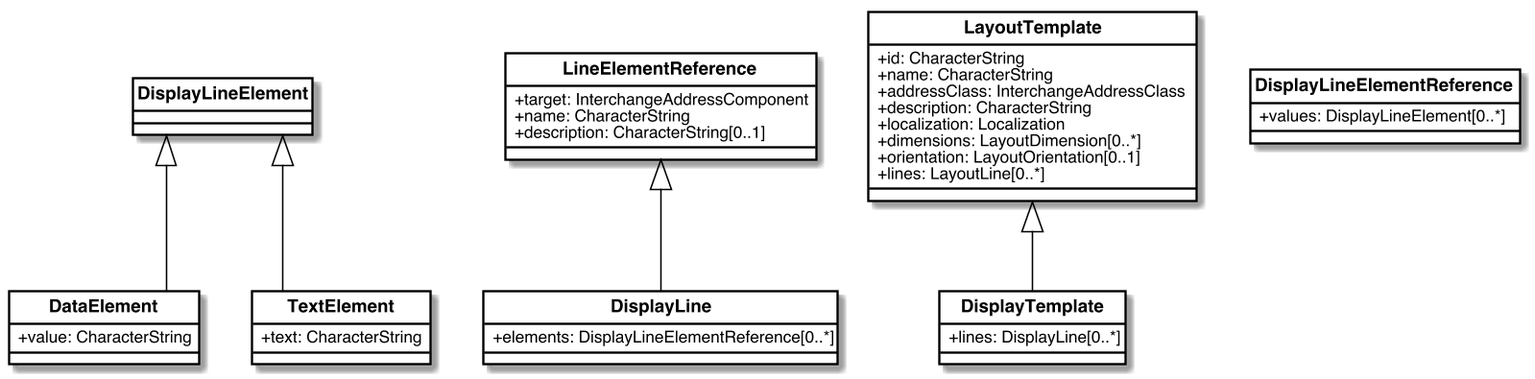
Before: images/DisplayTemplate.png, a diagram exported from PlantUML (CalConnect/csd-digital-addresses).
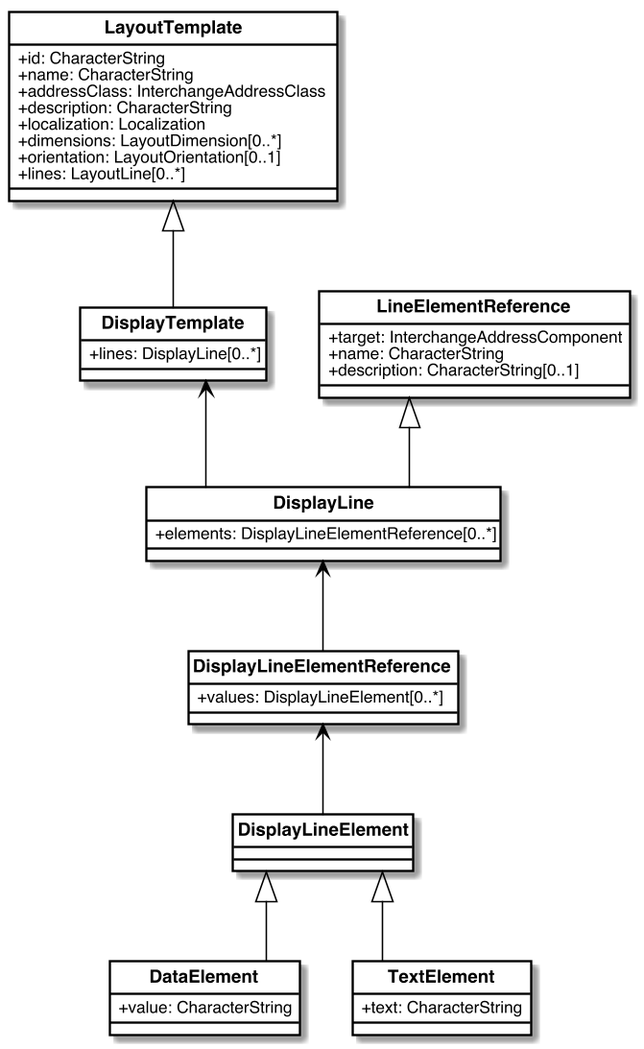
After the commit.

Diff of the diagram source:
```diff
@@ -88,5 +88,7 @@
 DisplayLine -up-|> LineElementReference
 TextElement -up-|> DisplayLineElement
 DataElement -up-|> DisplayLineElement
-
+DisplayLine -up-> DisplayTemplate
+DisplayLineElementReference -up-> DisplayLine
+DisplayLineElement -up-> DisplayLineElementReference
 @enduml
```
